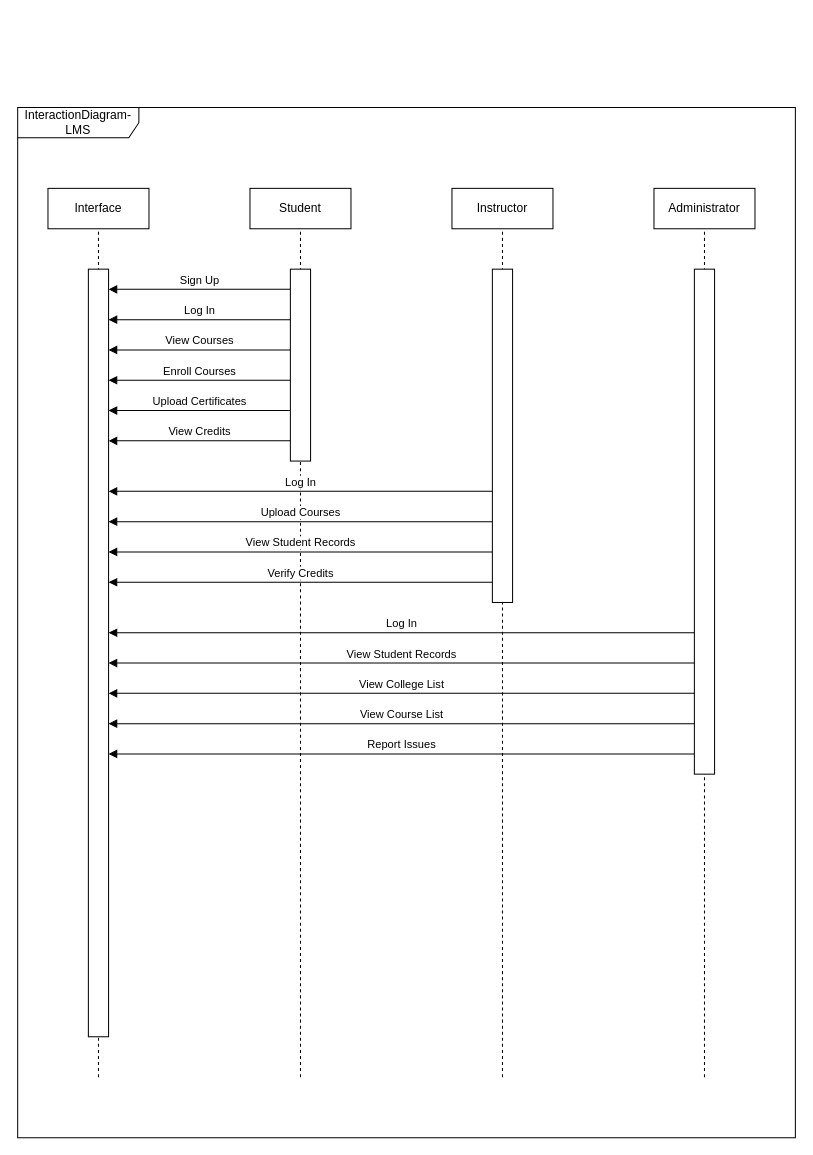
The draw.io diagram UMLInteractonDiagram.drawio in Zein-Zeus/MoodleLMS, before the edit. Source tidied: cells renumbered, new cells numbered last; positions are measured from the earlier drawing's top-left corner, leaving out a move shared by most shapes. Both pictures are drawn from the tidied source at 101%, with x=0, y=0 at pixel (17, 107).
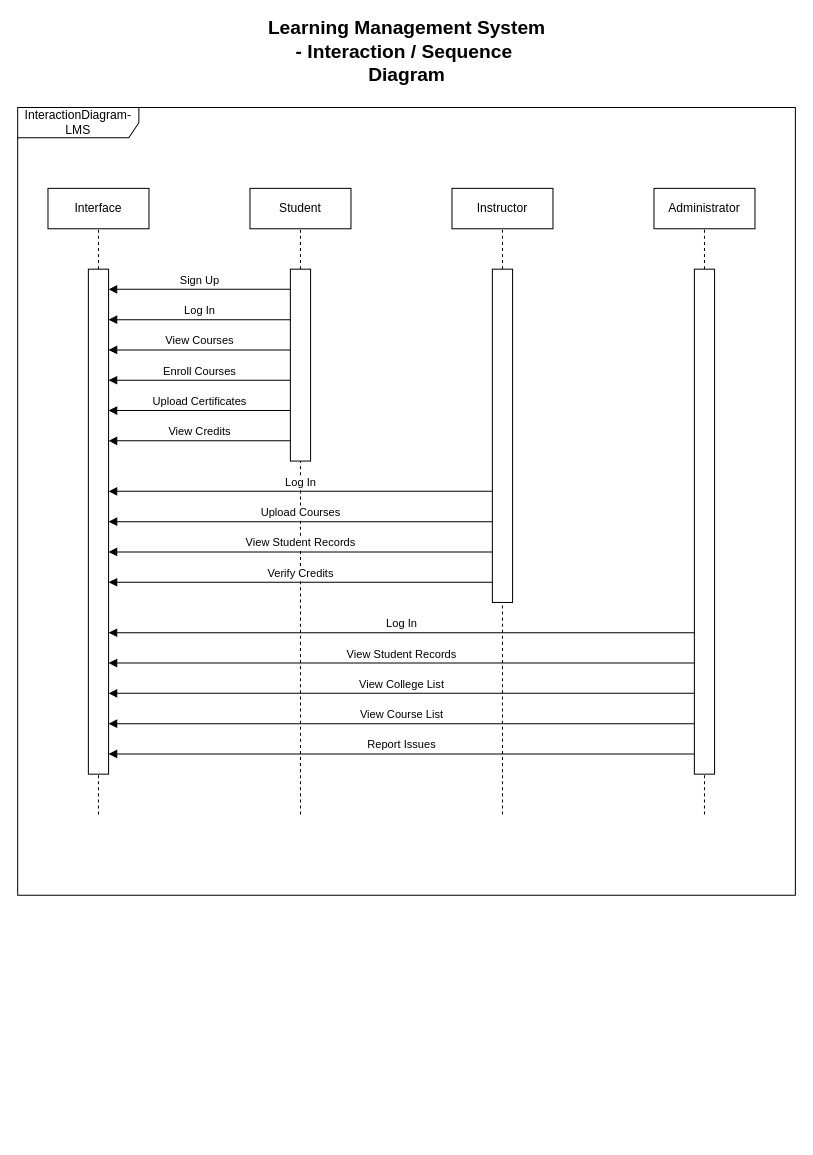
The same diagram, later.

Diff of the diagram source:
```diff
@@
     <mxCell id="2" value="InteractionDiagram-LMS" style="shape=umlFrame;whiteSpace=wrap;html=1;width=120;height=30;" parent="1" vertex="1">
-      <mxGeometry width="770" height="1020" as="geometry" />
+      <mxGeometry width="770" height="780" as="geometry" />
     </mxCell>
+    <mxCell id="30" style="group;" parent="1" vertex="1">
+      <mxGeometry x="30" y="80" width="700" height="620" as="geometry" />
+    </mxCell>
-    <mxCell id="3" style="endArrow=none;dashed=1;html=1;rounded=0;" parent="1" edge="1">
+    <mxCell id="3" style="endArrow=none;dashed=1;html=1;rounded=0;" parent="30" edge="1">
       <mxGeometry relative="1" as="geometry">
-        <mxPoint x="80" y="960" as="sourcePoint" />
-        <mxPoint x="80" y="120" as="targetPoint" />
+        <mxPoint x="50" y="620" as="sourcePoint" />
+        <mxPoint x="50" y="40" as="targetPoint" />
       </mxGeometry>
     </mxCell>
-    <mxCell id="4" style="html=1;perimeter=orthogonalPerimeter;targetShapes=umlLifeline;newEdgeStyle={&quot;curved&quot;:0,&quot;rounded&quot;:0};" parent="1" vertex="1">
-      <mxGeometry x="70" y="160" width="20" height="760" as="geometry" />
+    <mxCell id="4" style="html=1;perimeter=orthogonalPerimeter;targetShapes=umlLifeline;newEdgeStyle={&quot;curved&quot;:0,&quot;rounded&quot;:0};" parent="30" vertex="1">
+      <mxGeometry x="40" y="80" width="20" height="500" as="geometry" />
     </mxCell>
-    <mxCell id="5" value="Interface" style="html=1;whiteSpace=wrap;" parent="1" vertex="1">
-      <mxGeometry x="30" y="80" width="100" height="40" as="geometry" />
+    <mxCell id="5" value="Interface" style="html=1;whiteSpace=wrap;" parent="30" vertex="1">
+      <mxGeometry width="100" height="40" as="geometry" />
     </mxCell>
-    <mxCell id="6" style="endArrow=none;dashed=1;html=1;rounded=0;" parent="1" edge="1">
+    <mxCell id="6" style="endArrow=none;dashed=1;html=1;rounded=0;" parent="30" edge="1">
       <mxGeometry relative="1" as="geometry">
-        <mxPoint x="280" y="960" as="sourcePoint" />
-        <mxPoint x="280" y="120" as="targetPoint" />
+        <mxPoint x="250" y="620" as="sourcePoint" />
+        <mxPoint x="250" y="40" as="targetPoint" />
       </mxGeometry>
     </mxCell>
-    <mxCell id="7" style="html=1;perimeter=orthogonalPerimeter;targetShapes=umlLifeline;newEdgeStyle={&quot;curved&quot;:0,&quot;rounded&quot;:0};" parent="1" vertex="1">
-      <mxGeometry x="270" y="160" width="20" height="190" as="geometry" />
+    <mxCell id="7" style="html=1;perimeter=orthogonalPerimeter;targetShapes=umlLifeline;newEdgeStyle={&quot;curved&quot;:0,&quot;rounded&quot;:0};" parent="30" vertex="1">
+      <mxGeometry x="240" y="80" width="20" height="190" as="geometry" />
     </mxCell>
-    <mxCell id="8" value="Student" style="html=1;whiteSpace=wrap;" parent="1" vertex="1">
-      <mxGeometry x="230" y="80" width="100" height="40" as="geometry" />
+    <mxCell id="8" value="Student" style="html=1;whiteSpace=wrap;" parent="30" vertex="1">
+      <mxGeometry x="200" width="100" height="40" as="geometry" />
     </mxCell>
-    <mxCell id="9" style="endArrow=none;dashed=1;html=1;rounded=0;" parent="1" edge="1">
+    <mxCell id="9" style="endArrow=none;dashed=1;html=1;rounded=0;" parent="30" edge="1">
       <mxGeometry relative="1" as="geometry">
-        <mxPoint x="480" y="960" as="sourcePoint" />
-        <mxPoint x="480" y="120" as="targetPoint" />
+        <mxPoint x="450" y="620" as="sourcePoint" />
+        <mxPoint x="450" y="40" as="targetPoint" />
       </mxGeometry>
     </mxCell>
-    <mxCell id="10" style="html=1;perimeter=orthogonalPerimeter;targetShapes=umlLifeline;newEdgeStyle={&quot;curved&quot;:0,&quot;rounded&quot;:0};" parent="1" vertex="1">
-      <mxGeometry x="470" y="160" width="20" height="330" as="geometry" />
+    <mxCell id="10" style="html=1;perimeter=orthogonalPerimeter;targetShapes=umlLifeline;newEdgeStyle={&quot;curved&quot;:0,&quot;rounded&quot;:0};" parent="30" vertex="1">
+      <mxGeometry x="440" y="80" width="20" height="330" as="geometry" />
     </mxCell>
-    <mxCell id="11" value="Instructor" style="html=1;whiteSpace=wrap;" parent="1" vertex="1">
-      <mxGeometry x="430" y="80" width="100" height="40" as="geometry" />
+    <mxCell id="11" value="Instructor" style="html=1;whiteSpace=wrap;" parent="30" vertex="1">
+      <mxGeometry x="400" width="100" height="40" as="geometry" />
     </mxCell>
-    <mxCell id="12" style="endArrow=none;dashed=1;html=1;rounded=0;" parent="1" edge="1">
+    <mxCell id="12" style="endArrow=none;dashed=1;html=1;rounded=0;" parent="30" edge="1">
       <mxGeometry relative="1" as="geometry">
-        <mxPoint x="680" y="960" as="sourcePoint" />
-        <mxPoint x="680" y="120" as="targetPoint" />
+        <mxPoint x="650" y="620" as="sourcePoint" />
+        <mxPoint x="650" y="40" as="targetPoint" />
       </mxGeometry>
     </mxCell>
-    <mxCell id="13" style="html=1;points=[[0,0,0,0,5],[0,1,0,0,-5],[1,0,0,0,5],[1,1,0,0,-5]];perimeter=orthogonalPerimeter;outlineConnect=0;targetShapes=umlLifeline;portConstraint=eastwest;newEdgeStyle={&quot;curved&quot;:0,&quot;rounded&quot;:0};" parent="1" vertex="1">
-      <mxGeometry x="670" y="160" width="20" height="500" as="geometry" />
+    <mxCell id="13" style="html=1;points=[[0,0,0,0,5],[0,1,0,0,-5],[1,0,0,0,5],[1,1,0,0,-5]];perimeter=orthogonalPerimeter;outlineConnect=0;targetShapes=umlLifeline;portConstraint=eastwest;newEdgeStyle={&quot;curved&quot;:0,&quot;rounded&quot;:0};" parent="30" vertex="1">
+      <mxGeometry x="640" y="80" width="20" height="500" as="geometry" />
     </mxCell>
-    <mxCell id="14" value="Administrator" style="html=1;whiteSpace=wrap;" parent="1" vertex="1">
-      <mxGeometry x="630" y="80" width="100" height="40" as="geometry" />
+    <mxCell id="14" value="Administrator" style="html=1;whiteSpace=wrap;" parent="30" vertex="1">
+      <mxGeometry x="600" width="100" height="40" as="geometry" />
     </mxCell>
-    <mxCell id="15" value="Log In" style="html=1;verticalAlign=bottom;endArrow=block;curved=0;rounded=0;" parent="1" edge="1">
+    <mxCell id="15" value="Log In" style="html=1;verticalAlign=bottom;endArrow=block;curved=0;rounded=0;" parent="30" edge="1">
       <mxGeometry relative="1" as="geometry">
-        <mxPoint x="270" y="210" as="sourcePoint" />
-        <mxPoint x="90" y="210" as="targetPoint" />
+        <mxPoint x="240" y="130" as="sourcePoint" />
+        <mxPoint x="60" y="130" as="targetPoint" />
       </mxGeometry>
     </mxCell>
-    <mxCell id="16" value="View Courses" style="html=1;verticalAlign=bottom;endArrow=block;curved=0;rounded=0;" parent="1" edge="1">
+    <mxCell id="16" value="View Courses" style="html=1;verticalAlign=bottom;endArrow=block;curved=0;rounded=0;" parent="30" edge="1">
       <mxGeometry relative="1" as="geometry">
-        <mxPoint x="270" y="240" as="sourcePoint" />
-        <mxPoint x="90" y="240" as="targetPoint" />
+        <mxPoint x="240" y="160" as="sourcePoint" />
+        <mxPoint x="60" y="160" as="targetPoint" />
       </mxGeometry>
     </mxCell>
-    <mxCell id="17" value="Enroll Courses" style="html=1;verticalAlign=bottom;endArrow=block;curved=0;rounded=0;" parent="1" edge="1">
+    <mxCell id="17" value="Enroll Courses" style="html=1;verticalAlign=bottom;endArrow=block;curved=0;rounded=0;" parent="30" edge="1">
       <mxGeometry relative="1" as="geometry">
-        <mxPoint x="270" y="270" as="sourcePoint" />
-        <mxPoint x="90" y="270" as="targetPoint" />
+        <mxPoint x="240" y="190" as="sourcePoint" />
+        <mxPoint x="60" y="190" as="targetPoint" />
       </mxGeometry>
     </mxCell>
-    <mxCell id="18" value="Upload Certificates" style="html=1;verticalAlign=bottom;endArrow=block;curved=0;rounded=0;" parent="1" edge="1">
+    <mxCell id="18" value="Upload Certificates" style="html=1;verticalAlign=bottom;endArrow=block;curved=0;rounded=0;" parent="30" edge="1">
       <mxGeometry relative="1" as="geometry">
-        <mxPoint x="270" y="300" as="sourcePoint" />
-        <mxPoint x="90" y="300" as="targetPoint" />
+        <mxPoint x="240" y="220" as="sourcePoint" />
+        <mxPoint x="60" y="220" as="targetPoint" />
       </mxGeometry>
     </mxCell>
-    <mxCell id="19" value="View Credits" style="html=1;verticalAlign=bottom;endArrow=block;curved=0;rounded=0;" parent="1" edge="1">
+    <mxCell id="19" value="View Credits" style="html=1;verticalAlign=bottom;endArrow=block;curved=0;rounded=0;" parent="30" edge="1">
       <mxGeometry relative="1" as="geometry">
-        <mxPoint x="270" y="330" as="sourcePoint" />
-        <mxPoint x="90" y="330" as="targetPoint" />
+        <mxPoint x="240" y="250" as="sourcePoint" />
+        <mxPoint x="60" y="250" as="targetPoint" />
       </mxGeometry>
     </mxCell>
-    <mxCell id="20" value="Upload Courses" style="html=1;verticalAlign=bottom;endArrow=block;curved=0;rounded=0;" parent="1" edge="1">
+    <mxCell id="20" value="Upload Courses" style="html=1;verticalAlign=bottom;endArrow=block;curved=0;rounded=0;" parent="30" edge="1">
       <mxGeometry relative="1" as="geometry">
-        <mxPoint x="470" y="410" as="sourcePoint" />
-        <mxPoint x="90" y="410" as="targetPoint" />
+        <mxPoint x="440" y="330" as="sourcePoint" />
+        <mxPoint x="60" y="330" as="targetPoint" />
       </mxGeometry>
     </mxCell>
-    <mxCell id="21" value="View Student Records" style="html=1;verticalAlign=bottom;endArrow=block;curved=0;rounded=0;" parent="1" edge="1">
+    <mxCell id="21" value="View Student Records" style="html=1;verticalAlign=bottom;endArrow=block;curved=0;rounded=0;" parent="30" edge="1">
       <mxGeometry relative="1" as="geometry">
-        <mxPoint x="470" y="440" as="sourcePoint" />
-        <mxPoint x="90" y="440" as="targetPoint" />
+        <mxPoint x="440" y="360" as="sourcePoint" />
+        <mxPoint x="60" y="360" as="targetPoint" />
       </mxGeometry>
     </mxCell>
-    <mxCell id="22" value="Log In" style="html=1;verticalAlign=bottom;endArrow=block;curved=0;rounded=0;" parent="1" edge="1">
+    <mxCell id="22" value="Log In" style="html=1;verticalAlign=bottom;endArrow=block;curved=0;rounded=0;" parent="30" edge="1">
       <mxGeometry relative="1" as="geometry">
-        <mxPoint x="470" y="380" as="sourcePoint" />
-        <mxPoint x="90" y="380" as="targetPoint" />
+        <mxPoint x="440" y="300" as="sourcePoint" />
+        <mxPoint x="60" y="300" as="targetPoint" />
       </mxGeometry>
     </mxCell>
-    <mxCell id="23" value="Sign Up" style="html=1;verticalAlign=bottom;endArrow=block;curved=0;rounded=0;" parent="1" edge="1">
+    <mxCell id="23" value="Sign Up" style="html=1;verticalAlign=bottom;endArrow=block;curved=0;rounded=0;" parent="30" edge="1">
       <mxGeometry relative="1" as="geometry">
-        <mxPoint x="270" y="180" as="sourcePoint" />
-        <mxPoint x="90" y="180" as="targetPoint" />
+        <mxPoint x="240" y="100" as="sourcePoint" />
+        <mxPoint x="60" y="100" as="targetPoint" />
       </mxGeometry>
     </mxCell>
-    <mxCell id="24" value="Verify Credits" style="html=1;verticalAlign=bottom;endArrow=block;curved=0;rounded=0;" parent="1" edge="1">
+    <mxCell id="24" value="Verify Credits" style="html=1;verticalAlign=bottom;endArrow=block;curved=0;rounded=0;" parent="30" edge="1">
       <mxGeometry relative="1" as="geometry">
-        <mxPoint x="470" y="470" as="sourcePoint" />
-        <mxPoint x="90" y="470" as="targetPoint" />
+        <mxPoint x="440" y="390" as="sourcePoint" />
+        <mxPoint x="60" y="390" as="targetPoint" />
       </mxGeometry>
     </mxCell>
-    <mxCell id="25" value="View College List" style="html=1;verticalAlign=bottom;endArrow=block;curved=0;rounded=0;" parent="1" edge="1" source="13">
+    <mxCell id="25" value="View College List" style="html=1;verticalAlign=bottom;endArrow=block;curved=0;rounded=0;" parent="30" edge="1" source="13">
       <mxGeometry relative="1" as="geometry">
-        <mxPoint x="90" y="580" as="targetPoint" />
+        <mxPoint x="60" y="500" as="targetPoint" />
       </mxGeometry>
     </mxCell>
-    <mxCell id="26" value="View Course List" style="html=1;verticalAlign=bottom;endArrow=block;curved=0;rounded=0;" parent="1" edge="1" source="13">
+    <mxCell id="26" value="View Course List" style="html=1;verticalAlign=bottom;endArrow=block;curved=0;rounded=0;" parent="30" edge="1" source="13">
       <mxGeometry relative="1" as="geometry">
-        <mxPoint x="90" y="610" as="targetPoint" />
+        <mxPoint x="60" y="530" as="targetPoint" />
       </mxGeometry>
     </mxCell>
-    <mxCell id="27" value="Report Issues" style="html=1;verticalAlign=bottom;endArrow=block;curved=0;rounded=0;" parent="1" edge="1" source="13">
+    <mxCell id="27" value="Report Issues" style="html=1;verticalAlign=bottom;endArrow=block;curved=0;rounded=0;" parent="30" edge="1" source="13">
       <mxGeometry relative="1" as="geometry">
-        <mxPoint x="90" y="640" as="targetPoint" />
+        <mxPoint x="60" y="560" as="targetPoint" />
       </mxGeometry>
     </mxCell>
-    <mxCell id="28" value="Log In" style="html=1;verticalAlign=bottom;endArrow=block;curved=0;rounded=0;" parent="1" edge="1">
+    <mxCell id="28" value="Log In" style="html=1;verticalAlign=bottom;endArrow=block;curved=0;rounded=0;" parent="30" edge="1">
       <mxGeometry relative="1" as="geometry">
-        <mxPoint x="670" y="520" as="sourcePoint" />
-        <mxPoint x="90" y="520" as="targetPoint" />
+        <mxPoint x="640" y="440" as="sourcePoint" />
+        <mxPoint x="60" y="440" as="targetPoint" />
       </mxGeometry>
     </mxCell>
-    <mxCell id="29" value="View Student Records" style="html=1;verticalAlign=bottom;endArrow=block;curved=0;rounded=0;" parent="1" edge="1">
+    <mxCell id="29" value="View Student Records" style="html=1;verticalAlign=bottom;endArrow=block;curved=0;rounded=0;" parent="30" edge="1">
       <mxGeometry relative="1" as="geometry">
-        <mxPoint x="670" y="550" as="sourcePoint" />
-        <mxPoint x="90" y="550" as="targetPoint" />
+        <mxPoint x="640" y="470" as="sourcePoint" />
+        <mxPoint x="60" y="470" as="targetPoint" />
       </mxGeometry>
     </mxCell>
+    <mxCell id="31" value="Learning Management System - Interaction / Sequence&amp;nbsp;&lt;div style=&quot;font-size: 19px;&quot;&gt;Diagram&lt;/div&gt;" style="text;html=1;align=center;verticalAlign=middle;whiteSpace=wrap;rounded=0;fontSize=19;fontStyle=1;" parent="1" vertex="1">
+      <mxGeometry x="244" y="-70" width="283" height="30" as="geometry" />
+    </mxCell>
```
